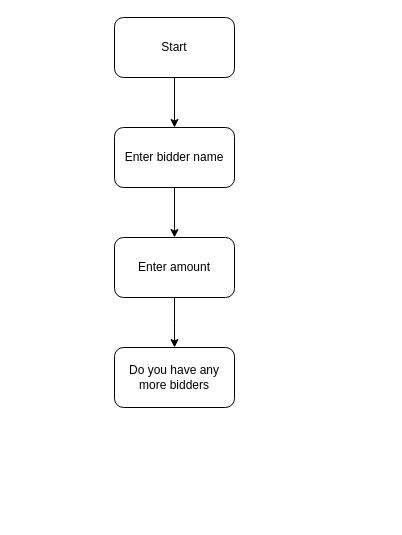
Above: blind_bidding.drawio in sree7k7/drawings (draw.io), before the change. Source tidied: cells renumbered, new cells numbered last; positions are measured from the earlier drawing's top-left corner, leaving out a move shared by most shapes. Both pictures are drawn from the tidied source at 100%, with x=0, y=0 at pixel (114, 17).
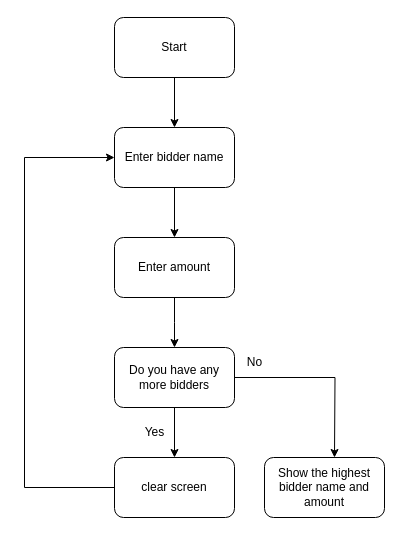
Above is the later version.

The edit, as a diff of the source:
```diff
@@
 <mxGraphModel>
   <root>
     <mxCell id="0" />
     <mxCell id="1" parent="0" />
     <mxCell id="2" style="edgeStyle=orthogonalEdgeStyle;rounded=0;jettySize=auto;html=1;" parent="1" edge="1" source="3" target="5">
       <mxGeometry relative="1" as="geometry" />
     </mxCell>
     <mxCell id="3" value="Start" style="rounded=1;whiteSpace=wrap;html=1;" parent="1" vertex="1">
       <mxGeometry width="120" height="60" as="geometry" />
     </mxCell>
     <mxCell id="4" style="edgeStyle=orthogonalEdgeStyle;rounded=0;jettySize=auto;html=1;entryX=0.5;entryY=0;entryDx=0;entryDy=0;" parent="1" edge="1" source="5" target="7">
       <mxGeometry relative="1" as="geometry" />
     </mxCell>
     <mxCell id="5" value="Enter bidder name" style="rounded=1;whiteSpace=wrap;html=1;" parent="1" vertex="1">
       <mxGeometry y="110" width="120" height="60" as="geometry" />
     </mxCell>
     <mxCell id="6" style="edgeStyle=orthogonalEdgeStyle;rounded=0;jettySize=auto;html=1;" parent="1" edge="1" source="7">
       <mxGeometry relative="1" as="geometry">
         <mxPoint x="60" y="330" as="targetPoint" />
       </mxGeometry>
     </mxCell>
     <mxCell id="7" value="Enter amount" style="rounded=1;whiteSpace=wrap;html=1;" parent="1" vertex="1">
       <mxGeometry y="220" width="120" height="60" as="geometry" />
     </mxCell>
+    <mxCell id="9" style="edgeStyle=orthogonalEdgeStyle;rounded=0;jettySize=auto;html=1;entryX=0;entryY=0.5;entryDx=0;entryDy=0;exitX=0;exitY=0.5;exitDx=0;exitDy=0;" parent="1" edge="1" source="15" target="5">
+      <mxGeometry relative="1" as="geometry">
+        <Array as="points">
+          <mxPoint x="-90" y="470" />
+          <mxPoint x="-90" y="140" />
+        </Array>
+      </mxGeometry>
+    </mxCell>
+    <mxCell id="10" style="edgeStyle=orthogonalEdgeStyle;rounded=0;jettySize=auto;html=1;" parent="1" edge="1" source="8">
+      <mxGeometry relative="1" as="geometry">
+        <mxPoint x="220" y="440" as="targetPoint" />
+      </mxGeometry>
+    </mxCell>
+    <mxCell id="11" value="Yes" style="text;html=1;align=center;verticalAlign=middle;strokeColor=none;fillColor=none;" parent="1" vertex="1">
+      <mxGeometry x="20" y="400" width="40" height="30" as="geometry" />
+    </mxCell>
+    <mxCell id="12" style="edgeStyle=orthogonalEdgeStyle;rounded=0;jettySize=auto;html=1;entryX=0.5;entryY=0;entryDx=0;entryDy=0;" parent="1" edge="1" source="8" target="15">
+      <mxGeometry relative="1" as="geometry" />
+    </mxCell>
+    <mxCell id="13" value="Show the highest bidder name and amount" style="rounded=1;whiteSpace=wrap;html=1;" parent="1" vertex="1">
+      <mxGeometry x="150" y="440" width="120" height="60" as="geometry" />
+    </mxCell>
     <mxCell id="8" value="Do you have any more bidders" style="rounded=1;whiteSpace=wrap;html=1;" parent="1" vertex="1">
       <mxGeometry y="330" width="120" height="60" as="geometry" />
     </mxCell>
+    <mxCell id="14" value="No" style="text;html=1;align=center;verticalAlign=middle;strokeColor=none;fillColor=none;" parent="1" vertex="1">
+      <mxGeometry x="120" y="330" width="40" height="30" as="geometry" />
+    </mxCell>
+    <mxCell id="15" value="clear screen" style="rounded=1;whiteSpace=wrap;html=1;" parent="1" vertex="1">
+      <mxGeometry y="440" width="120" height="60" as="geometry" />
+    </mxCell>
   </root>
 </mxGraphModel>
```
